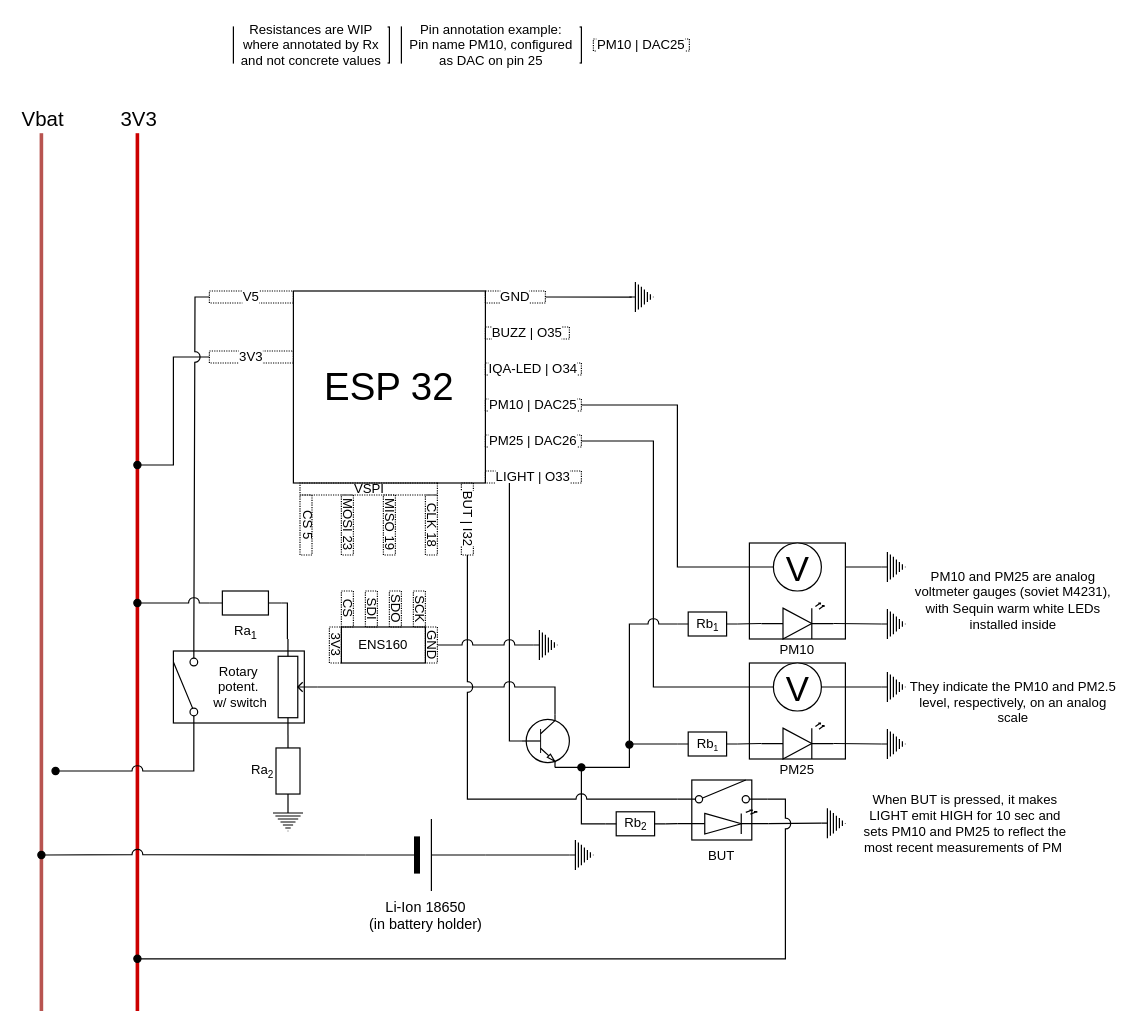
maclav3/airstation keeps this draw.io diagram as airstation-base.drawio. Above is the earlier version. Source tidied: cells renumbered, new cells numbered last; positions are measured from the earlier drawing's top-left corner, leaving out a move shared by most shapes. Both pictures are drawn from the tidied source at 120%, with x=0, y=0 at pixel (41, 26).
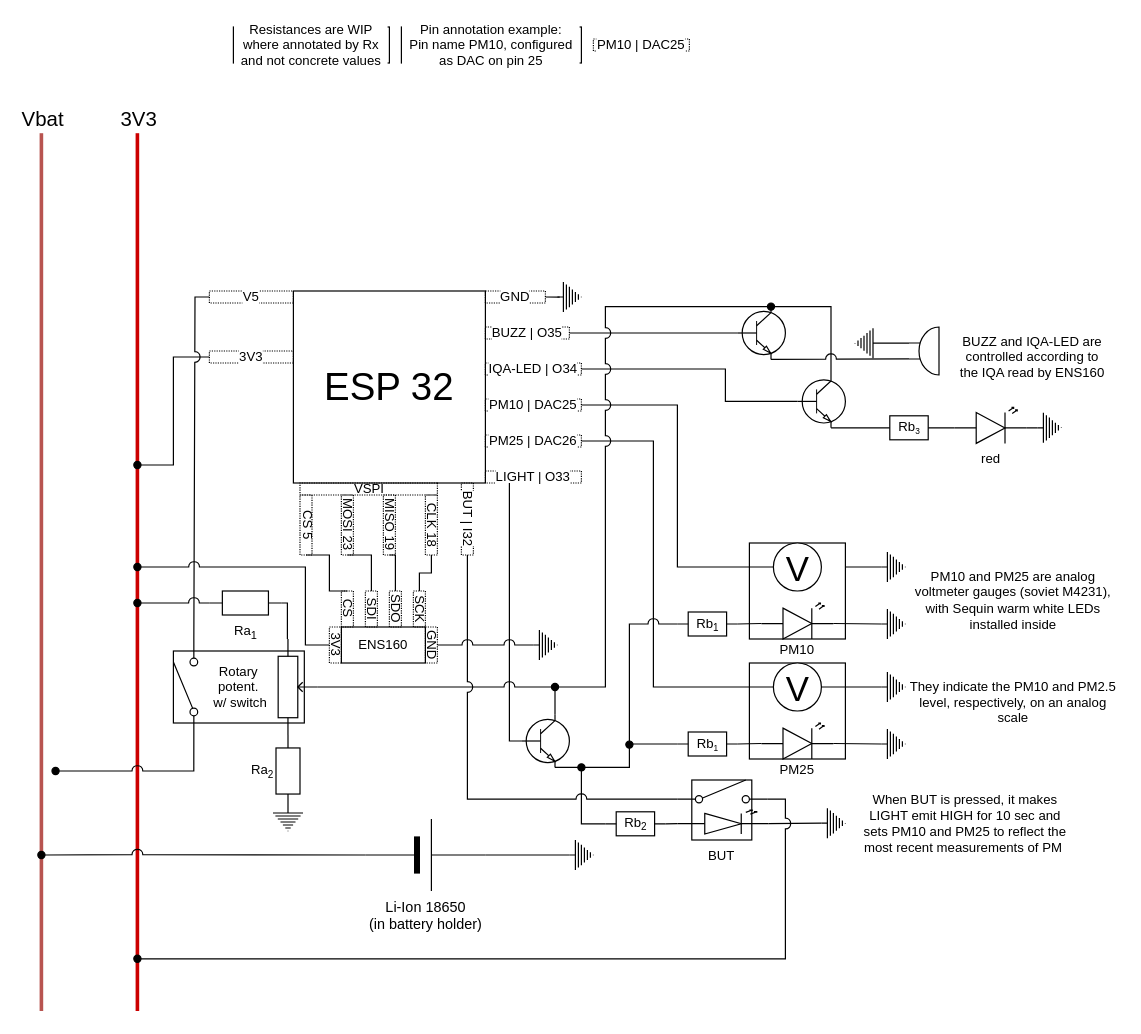
The same diagram, later.

Unchanged cells that the change refers to:
```xml
<mxCell id="47" style="group;" parent="46" vertex="1">
  <mxGeometry width="310" height="160" as="geometry" />
</mxCell>
<mxCell id="49" value="GND" style="text;html=1;align=center;verticalAlign=middle;whiteSpace=wrap;rounded=0;fontFamily=Helvetica;fontSize=11;fontColor=default;labelBackgroundColor=default;fillColor=none;strokeColor=default;dashed=1;dashPattern=1 1;" parent="47" vertex="1">
  <mxGeometry x="230" width="50" height="10" as="geometry" />
</mxCell>
<mxCell id="50" value="BUZZ | O35" style="text;html=1;align=center;verticalAlign=middle;whiteSpace=wrap;rounded=0;fontFamily=Helvetica;fontSize=11;fontColor=default;labelBackgroundColor=default;fillColor=none;strokeColor=default;dashed=1;dashPattern=1 1;" parent="47" vertex="1">
  <mxGeometry x="230" y="30" width="70" height="10" as="geometry" />
</mxCell>
<mxCell id="51" value="IQA-LED | O34" style="text;html=1;align=center;verticalAlign=middle;whiteSpace=wrap;rounded=0;fontFamily=Helvetica;fontSize=11;fontColor=default;labelBackgroundColor=default;fillColor=none;strokeColor=default;dashed=1;dashPattern=1 1;" parent="47" vertex="1">
  <mxGeometry x="230" y="60" width="80" height="10" as="geometry" />
</mxCell>
<mxCell id="54" value="LIGHT | O33" style="text;html=1;align=center;verticalAlign=middle;whiteSpace=wrap;rounded=0;fontFamily=Helvetica;fontSize=11;fontColor=default;labelBackgroundColor=default;fillColor=none;strokeColor=default;dashed=1;dashPattern=1 1;" parent="47" vertex="1">
  <mxGeometry x="230" y="150" width="80" height="10" as="geometry" />
</mxCell>
<mxCell id="60" value="CLK 18" style="text;html=1;align=center;verticalAlign=middle;whiteSpace=wrap;rounded=0;fontFamily=Helvetica;fontSize=11;fontColor=default;labelBackgroundColor=none;fillColor=none;strokeColor=default;dashed=1;textDirection=vertical-rl;horizontal=1;direction=south;dashPattern=1 1;" parent="58" vertex="1">
  <mxGeometry x="104.5" y="10" width="10" height="50" as="geometry" />
</mxCell>
<mxCell id="61" value="MISO 19" style="text;html=1;align=center;verticalAlign=middle;whiteSpace=wrap;rounded=0;fontFamily=Helvetica;fontSize=11;fontColor=default;labelBackgroundColor=none;fillColor=none;strokeColor=default;dashed=1;textDirection=vertical-rl;horizontal=1;direction=south;dashPattern=1 1;" parent="58" vertex="1">
  <mxGeometry x="69.5" y="10" width="10" height="50" as="geometry" />
</mxCell>
<mxCell id="62" value="MOSI 23" style="text;html=1;align=center;verticalAlign=middle;whiteSpace=wrap;rounded=0;fontFamily=Helvetica;fontSize=11;fontColor=default;labelBackgroundColor=none;fillColor=none;strokeColor=default;dashed=1;textDirection=vertical-rl;horizontal=1;direction=south;dashPattern=1 1;" parent="58" vertex="1">
  <mxGeometry x="34.5" y="10" width="10" height="50" as="geometry" />
</mxCell>
<mxCell id="63" value="CS 5" style="text;html=1;align=center;verticalAlign=middle;whiteSpace=wrap;rounded=0;fontFamily=Helvetica;fontSize=11;fontColor=default;labelBackgroundColor=none;fillColor=none;strokeColor=default;dashed=1;textDirection=vertical-rl;horizontal=1;direction=south;dashPattern=1 1;" parent="58" vertex="1">
  <mxGeometry y="10" width="10" height="50" as="geometry" />
</mxCell>
<mxCell id="73" style="verticalLabelPosition=bottom;shadow=0;dashed=0;align=center;html=1;verticalAlign=top;shape=mxgraph.electrical.transistors.npn_transistor_1;fontFamily=Helvetica;fontSize=11;fontColor=default;labelBackgroundColor=default;direction=east;" parent="1" vertex="1">
  <mxGeometry x="400" y="560" width="40" height="70" as="geometry" />
</mxCell>
<mxCell id="87" value="CS" style="text;html=1;align=center;verticalAlign=middle;whiteSpace=wrap;rounded=0;fontFamily=Helvetica;fontSize=11;fontColor=default;labelBackgroundColor=none;fillColor=none;strokeColor=default;dashed=1;textDirection=vertical-rl;horizontal=1;direction=south;dashPattern=1 1;" parent="1" vertex="1">
  <mxGeometry x="250" y="470" width="10" height="30" as="geometry" />
</mxCell>
<mxCell id="88" value="SDI" style="text;html=1;align=center;verticalAlign=middle;whiteSpace=wrap;rounded=0;fontFamily=Helvetica;fontSize=11;fontColor=default;labelBackgroundColor=none;fillColor=none;strokeColor=default;dashed=1;textDirection=vertical-rl;horizontal=1;direction=south;dashPattern=1 1;" parent="1" vertex="1">
  <mxGeometry x="270" y="470" width="10" height="30" as="geometry" />
</mxCell>
<mxCell id="89" value="SDO" style="text;html=1;align=center;verticalAlign=middle;whiteSpace=wrap;rounded=0;fontFamily=Helvetica;fontSize=11;fontColor=default;labelBackgroundColor=none;fillColor=none;strokeColor=default;dashed=1;textDirection=vertical-rl;horizontal=1;direction=south;dashPattern=1 1;" parent="1" vertex="1">
  <mxGeometry x="290" y="470" width="10" height="30" as="geometry" />
</mxCell>
<mxCell id="90" value="SCK" style="text;html=1;align=center;verticalAlign=middle;whiteSpace=wrap;rounded=0;fontFamily=Helvetica;fontSize=11;fontColor=default;labelBackgroundColor=none;fillColor=none;strokeColor=default;dashed=1;textDirection=vertical-rl;horizontal=1;direction=south;dashPattern=1 1;" parent="1" vertex="1">
  <mxGeometry x="310" y="470" width="10" height="30" as="geometry" />
</mxCell>
<mxCell id="91" value="3V3" style="text;html=1;align=center;verticalAlign=middle;whiteSpace=wrap;rounded=0;fontFamily=Helvetica;fontSize=11;fontColor=default;labelBackgroundColor=none;fillColor=none;strokeColor=default;dashed=1;textDirection=vertical-rl;horizontal=1;direction=south;dashPattern=1 1;" parent="1" vertex="1">
  <mxGeometry x="240" y="500" width="10" height="30" as="geometry" />
</mxCell>
```

The edit, as a diff of the source:
```diff
@@
-    <mxCell id="10" style="edgeStyle=elbowEdgeStyle;shape=connector;rounded=0;jumpStyle=arc;jumpSize=9;jettySize=auto;html=1;exitX=1;exitY=0.5;exitDx=0;exitDy=0;strokeColor=default;align=center;verticalAlign=middle;fontFamily=Helvetica;fontSize=11;fontColor=default;labelBackgroundColor=default;startFill=0;endArrow=none;entryX=0.498;entryY=0.096;entryDx=0;entryDy=0;entryPerimeter=0;" parent="1" edge="1" source="49" target="11">
-      <mxGeometry relative="1" as="geometry" />
-    </mxCell>
-    <mxCell id="11" style="verticalLabelPosition=bottom;shadow=0;dashed=0;align=center;html=1;verticalAlign=top;shape=mxgraph.electrical.signal_sources.protective_earth;fontFamily=Helvetica;fontSize=11;fontColor=default;labelBackgroundColor=default;direction=north;" parent="1" vertex="1">
-      <mxGeometry x="490" y="212.5" width="20" height="25" as="geometry" />
-    </mxCell>
@@
+    <mxCell id="11" style="verticalLabelPosition=bottom;shadow=0;dashed=0;align=center;html=1;verticalAlign=top;shape=mxgraph.electrical.signal_sources.protective_earth;fontFamily=Helvetica;fontSize=11;fontColor=default;labelBackgroundColor=default;direction=north;" parent="47" vertex="1">
+      <mxGeometry x="290" y="-7.5" width="20" height="25" as="geometry" />
+    </mxCell>
+    <mxCell id="10" style="edgeStyle=elbowEdgeStyle;shape=connector;rounded=0;jumpStyle=arc;jumpSize=9;jettySize=auto;html=1;exitX=1;exitY=0.5;exitDx=0;exitDy=0;strokeColor=default;align=center;verticalAlign=middle;fontFamily=Helvetica;fontSize=11;fontColor=default;labelBackgroundColor=default;startFill=0;endArrow=none;entryX=0.498;entryY=0.096;entryDx=0;entryDy=0;entryPerimeter=0;" parent="47" edge="1" source="49" target="11">
+      <mxGeometry relative="1" as="geometry" />
+    </mxCell>
@@
-    <mxCell id="72" style="edgeStyle=elbowEdgeStyle;shape=connector;rounded=0;jumpStyle=arc;jumpSize=9;jettySize=auto;html=1;exitX=0;exitY=0.5;exitDx=0;exitDy=0;exitPerimeter=0;entryX=0.25;entryY=1;entryDx=0;entryDy=0;strokeColor=default;align=center;verticalAlign=middle;fontFamily=Helvetica;fontSize=11;fontColor=default;labelBackgroundColor=default;startFill=0;endArrow=none;" parent="1" edge="1" source="73" target="54">
+    <mxCell id="72" style="edgeStyle=elbowEdgeStyle;shape=connector;rounded=0;jumpStyle=arc;jumpSize=9;jettySize=auto;html=1;exitX=0;exitY=0.5;exitDx=0;exitDy=0;exitPerimeter=0;strokeColor=default;align=center;verticalAlign=middle;fontFamily=Helvetica;fontSize=11;fontColor=default;labelBackgroundColor=default;startFill=0;endArrow=none;entryX=0.25;entryY=1;entryDx=0;entryDy=0;" parent="1" edge="1" source="73" target="54">
       <mxGeometry relative="1" as="geometry">
         <Array as="points">
-          <mxPoint x="390" y="490" />
+          <mxPoint x="390" y="480" />
+          <mxPoint x="470" y="460" />
+          <mxPoint x="480" y="400" />
         </Array>
       </mxGeometry>
     </mxCell>
@@
+    <mxCell id="95" style="edgeStyle=elbowEdgeStyle;shape=connector;rounded=0;jumpStyle=arc;jumpSize=9;jettySize=auto;html=1;exitX=0.5;exitY=1;exitDx=0;exitDy=0;strokeColor=default;align=center;verticalAlign=middle;fontFamily=Helvetica;fontSize=11;fontColor=default;labelBackgroundColor=default;startFill=0;endArrow=oval;endFill=1;" parent="1" edge="1" source="91">
+      <mxGeometry relative="1" as="geometry">
+        <mxPoint x="80" y="450" as="targetPoint" />
+        <Array as="points">
+          <mxPoint x="220" y="490" />
+          <mxPoint x="180" y="450" />
+        </Array>
+      </mxGeometry>
+    </mxCell>
@@
+    <mxCell id="96" style="edgeStyle=elbowEdgeStyle;shape=connector;rounded=0;jumpStyle=arc;jumpSize=9;jettySize=auto;html=1;exitX=1;exitY=0.5;exitDx=0;exitDy=0;entryX=0;entryY=0.5;entryDx=0;entryDy=0;strokeColor=default;align=center;verticalAlign=middle;fontFamily=Helvetica;fontSize=11;fontColor=default;labelBackgroundColor=default;startFill=0;endArrow=none;" parent="1" edge="1" source="63" target="87">
+      <mxGeometry relative="1" as="geometry">
+        <Array as="points">
+          <mxPoint x="240" y="460" />
+          <mxPoint x="240" y="470" />
+          <mxPoint x="250" y="475" />
+        </Array>
+      </mxGeometry>
+    </mxCell>
+    <mxCell id="97" style="edgeStyle=elbowEdgeStyle;shape=connector;rounded=0;jumpStyle=arc;jumpSize=9;jettySize=auto;html=1;exitX=1;exitY=0.5;exitDx=0;exitDy=0;entryX=0;entryY=0.5;entryDx=0;entryDy=0;strokeColor=default;align=center;verticalAlign=middle;fontFamily=Helvetica;fontSize=11;fontColor=default;labelBackgroundColor=default;startFill=0;endArrow=none;" parent="1" edge="1" source="62" target="88">
+      <mxGeometry relative="1" as="geometry">
+        <Array as="points">
+          <mxPoint x="275" y="450" />
+        </Array>
+      </mxGeometry>
+    </mxCell>
+    <mxCell id="98" style="edgeStyle=elbowEdgeStyle;shape=connector;rounded=0;jumpStyle=arc;jumpSize=9;jettySize=auto;html=1;exitX=1;exitY=0.5;exitDx=0;exitDy=0;entryX=0;entryY=0.5;entryDx=0;entryDy=0;strokeColor=default;align=center;verticalAlign=middle;fontFamily=Helvetica;fontSize=11;fontColor=default;labelBackgroundColor=default;startFill=0;endArrow=none;" parent="1" edge="1" source="61" target="89">
+      <mxGeometry relative="1" as="geometry">
+        <Array as="points">
+          <mxPoint x="295" y="460" />
+        </Array>
+      </mxGeometry>
+    </mxCell>
+    <mxCell id="99" style="edgeStyle=elbowEdgeStyle;shape=connector;rounded=0;jumpStyle=arc;jumpSize=9;jettySize=auto;html=1;exitX=1;exitY=0.5;exitDx=0;exitDy=0;entryX=0;entryY=0.5;entryDx=0;entryDy=0;strokeColor=default;align=center;verticalAlign=middle;fontFamily=Helvetica;fontSize=11;fontColor=default;labelBackgroundColor=default;startFill=0;endArrow=none;" parent="1" edge="1" source="60" target="90">
+      <mxGeometry relative="1" as="geometry" />
+    </mxCell>
+    <mxCell id="100" style="edgeStyle=elbowEdgeStyle;shape=connector;rounded=0;jumpStyle=arc;jumpSize=9;jettySize=auto;html=1;exitX=0;exitY=0.5;exitDx=0;exitDy=0;exitPerimeter=0;entryX=1;entryY=0.5;entryDx=0;entryDy=0;strokeColor=default;align=center;verticalAlign=middle;fontFamily=Helvetica;fontSize=11;fontColor=default;labelBackgroundColor=default;startFill=0;endArrow=none;" parent="1" edge="1" source="101" target="51">
+      <mxGeometry relative="1" as="geometry">
+        <Array as="points">
+          <mxPoint x="570" y="300" />
+        </Array>
+      </mxGeometry>
+    </mxCell>
+    <mxCell id="101" style="verticalLabelPosition=bottom;shadow=0;dashed=0;align=center;html=1;verticalAlign=top;shape=mxgraph.electrical.transistors.npn_transistor_1;fontFamily=Helvetica;fontSize=11;fontColor=default;labelBackgroundColor=default;direction=east;" parent="1" vertex="1">
+      <mxGeometry x="630" y="277" width="40" height="70" as="geometry" />
+    </mxCell>
+    <mxCell id="102" style="edgeStyle=elbowEdgeStyle;shape=connector;rounded=0;jumpStyle=arc;jumpSize=9;jettySize=auto;html=1;exitX=0;exitY=0.5;exitDx=0;exitDy=0;exitPerimeter=0;entryX=1;entryY=0.5;entryDx=0;entryDy=0;strokeColor=default;align=center;verticalAlign=middle;fontFamily=Helvetica;fontSize=11;fontColor=default;labelBackgroundColor=default;startFill=0;endArrow=none;" parent="1" edge="1" source="104" target="50">
+      <mxGeometry relative="1" as="geometry" />
+    </mxCell>
+    <mxCell id="103" style="edgeStyle=elbowEdgeStyle;shape=connector;rounded=0;jumpStyle=arc;jumpSize=9;jettySize=auto;html=1;exitX=0.7;exitY=0;exitDx=0;exitDy=0;exitPerimeter=0;strokeColor=default;align=center;verticalAlign=middle;fontFamily=Helvetica;fontSize=11;fontColor=default;labelBackgroundColor=default;startFill=0;endArrow=oval;endFill=1;" parent="1" edge="1" source="104">
+      <mxGeometry relative="1" as="geometry">
+        <mxPoint x="428" y="550" as="targetPoint" />
+        <Array as="points">
+          <mxPoint x="470" y="400" />
+        </Array>
+      </mxGeometry>
+    </mxCell>
+    <mxCell id="104" style="verticalLabelPosition=bottom;shadow=0;dashed=0;align=center;html=1;verticalAlign=top;shape=mxgraph.electrical.transistors.npn_transistor_1;fontFamily=Helvetica;fontSize=11;fontColor=default;labelBackgroundColor=default;direction=east;" parent="1" vertex="1">
+      <mxGeometry x="580" y="220" width="40" height="70" as="geometry" />
+    </mxCell>
+    <mxCell id="105" style="edgeStyle=elbowEdgeStyle;shape=connector;rounded=0;jumpStyle=arc;jumpSize=9;jettySize=auto;html=1;exitX=0.7;exitY=0;exitDx=0;exitDy=0;exitPerimeter=0;entryX=0.7;entryY=0;entryDx=0;entryDy=0;entryPerimeter=0;strokeColor=default;align=center;verticalAlign=middle;fontFamily=Helvetica;fontSize=11;fontColor=default;labelBackgroundColor=default;startFill=0;endArrow=oval;endFill=1;" parent="1" edge="1" source="101" target="104">
+      <mxGeometry relative="1" as="geometry">
+        <Array as="points">
+          <mxPoint x="658" y="270" />
+        </Array>
+      </mxGeometry>
+    </mxCell>
+    <mxCell id="106" style="verticalLabelPosition=bottom;shadow=0;dashed=0;align=center;html=1;verticalAlign=top;shape=mxgraph.electrical.electro-mechanical.buzzer;fontFamily=Helvetica;fontSize=11;fontColor=default;labelBackgroundColor=default;direction=west;" parent="1" vertex="1">
+      <mxGeometry x="723" y="250" width="25" height="40" as="geometry" />
+    </mxCell>
+    <mxCell id="107" style="edgeStyle=elbowEdgeStyle;shape=connector;rounded=0;jumpStyle=arc;jumpSize=9;jettySize=auto;html=1;exitX=0.7;exitY=1;exitDx=0;exitDy=0;exitPerimeter=0;entryX=1;entryY=0.335;entryDx=0;entryDy=0;entryPerimeter=0;strokeColor=default;align=center;verticalAlign=middle;fontFamily=Helvetica;fontSize=11;fontColor=default;labelBackgroundColor=default;startFill=0;endArrow=none;" parent="1" edge="1" source="104" target="106">
+      <mxGeometry relative="1" as="geometry">
+        <Array as="points">
+          <mxPoint x="690" y="290" />
+        </Array>
+      </mxGeometry>
+    </mxCell>
+    <mxCell id="108" style="verticalLabelPosition=bottom;shadow=0;dashed=0;align=center;html=1;verticalAlign=top;shape=mxgraph.electrical.signal_sources.protective_earth;fontFamily=Helvetica;fontSize=11;fontColor=default;labelBackgroundColor=default;direction=south;" parent="1" vertex="1">
+      <mxGeometry x="678" y="251" width="20" height="25" as="geometry" />
+    </mxCell>
+    <mxCell id="109" style="edgeStyle=elbowEdgeStyle;shape=connector;rounded=0;jumpStyle=arc;jumpSize=9;jettySize=auto;html=1;exitX=0.5;exitY=0;exitDx=0;exitDy=0;exitPerimeter=0;entryX=1;entryY=0.665;entryDx=0;entryDy=0;entryPerimeter=0;strokeColor=default;align=center;verticalAlign=middle;fontFamily=Helvetica;fontSize=11;fontColor=default;labelBackgroundColor=default;startFill=0;endArrow=none;" parent="1" edge="1" source="108" target="106">
+      <mxGeometry relative="1" as="geometry" />
+    </mxCell>
+    <mxCell id="110" value="Rb&lt;span style=&quot;font-size: 8.33333px;&quot;&gt;&lt;sub&gt;3&lt;/sub&gt;&lt;/span&gt;" style="verticalLabelPosition=middle;shadow=0;dashed=0;align=center;html=1;verticalAlign=middle;shape=mxgraph.electrical.resistors.resistor_1;fontFamily=Helvetica;fontSize=11;fontColor=default;labelBackgroundColor=default;labelPosition=center;" parent="1" vertex="1">
+      <mxGeometry x="698" y="324" width="50" height="20" as="geometry" />
+    </mxCell>
+    <mxCell id="111" style="edgeStyle=elbowEdgeStyle;shape=connector;rounded=0;jumpStyle=arc;jumpSize=9;jettySize=auto;html=1;exitX=0.7;exitY=1;exitDx=0;exitDy=0;exitPerimeter=0;entryX=0;entryY=0.5;entryDx=0;entryDy=0;entryPerimeter=0;strokeColor=default;align=center;verticalAlign=middle;fontFamily=Helvetica;fontSize=11;fontColor=default;labelBackgroundColor=default;startFill=0;endArrow=none;" parent="1" edge="1" source="101" target="110">
+      <mxGeometry relative="1" as="geometry" />
+    </mxCell>
+    <mxCell id="112" value="red" style="verticalLabelPosition=bottom;shadow=0;dashed=0;align=center;html=1;verticalAlign=top;shape=mxgraph.electrical.opto_electronics.led_2;fontFamily=Helvetica;fontSize=11;fontColor=default;labelBackgroundColor=default;" parent="1" vertex="1">
+      <mxGeometry x="761" y="317" width="60" height="30" as="geometry" />
+    </mxCell>
+    <mxCell id="113" style="edgeStyle=elbowEdgeStyle;shape=connector;rounded=0;jumpStyle=arc;jumpSize=9;jettySize=auto;html=1;exitX=1;exitY=0.5;exitDx=0;exitDy=0;exitPerimeter=0;entryX=0;entryY=0.57;entryDx=0;entryDy=0;entryPerimeter=0;strokeColor=default;align=center;verticalAlign=middle;fontFamily=Helvetica;fontSize=11;fontColor=default;labelBackgroundColor=default;startFill=0;endArrow=none;" parent="1" edge="1" source="110" target="112">
+      <mxGeometry relative="1" as="geometry" />
+    </mxCell>
+    <mxCell id="114" style="verticalLabelPosition=bottom;shadow=0;dashed=0;align=center;html=1;verticalAlign=top;shape=mxgraph.electrical.signal_sources.protective_earth;fontFamily=Helvetica;fontSize=11;fontColor=default;labelBackgroundColor=default;direction=north;" parent="1" vertex="1">
+      <mxGeometry x="830" y="321.5" width="20" height="25" as="geometry" />
+    </mxCell>
+    <mxCell id="115" style="edgeStyle=elbowEdgeStyle;shape=connector;rounded=0;jumpStyle=arc;jumpSize=9;jettySize=auto;html=1;exitX=1;exitY=0.57;exitDx=0;exitDy=0;exitPerimeter=0;entryX=0.5;entryY=0;entryDx=0;entryDy=0;entryPerimeter=0;strokeColor=default;align=center;verticalAlign=middle;fontFamily=Helvetica;fontSize=11;fontColor=default;labelBackgroundColor=default;startFill=0;endArrow=none;" parent="1" edge="1" source="112" target="114">
+      <mxGeometry relative="1" as="geometry" />
+    </mxCell>
+    <mxCell id="116" value="BUZZ and IQA-LED are controlled according to the IQA read by ENS160" style="text;html=1;align=center;verticalAlign=middle;whiteSpace=wrap;rounded=0;fontFamily=Helvetica;fontSize=11;fontColor=default;labelBackgroundColor=default;" parent="1" vertex="1">
+      <mxGeometry x="761" y="260" width="130" height="30" as="geometry" />
+    </mxCell>
```
